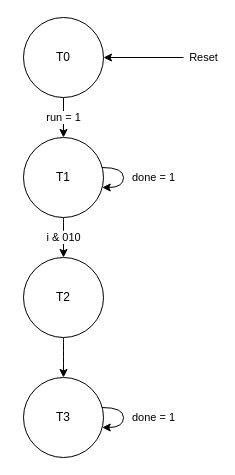
Earlier version of the draw.io diagram labs/lab9/L9P1/mealy_fsm.drawio (featherbear/UNSW-COMP3222). Source tidied: cells renumbered, new cells numbered last; positions are measured from the earlier drawing's top-left corner, leaving out a move shared by most shapes. Both pictures are drawn from the tidied source at 100%, with x=0, y=0 at pixel (23, 17).
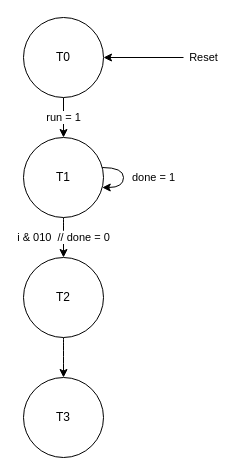
Above is the later version.

Diff of the diagram source:
```diff
@@
 <mxGraphModel>
   <root>
     <mxCell id="0" />
     <mxCell id="1" parent="0" />
     <mxCell id="2" value="run = 1" style="edgeStyle=orthogonalEdgeStyle;rounded=0;jettySize=auto;html=1;" parent="1" edge="1" source="3" target="5">
       <mxGeometry relative="1" as="geometry" />
     </mxCell>
     <mxCell id="3" value="T0" style="ellipse;whiteSpace=wrap;html=1;" parent="1" vertex="1">
       <mxGeometry width="80" height="80" as="geometry" />
     </mxCell>
-    <mxCell id="4" value="i &amp;amp; 010" style="edgeStyle=orthogonalEdgeStyle;curved=1;rounded=0;jettySize=auto;html=1;" parent="1" edge="1" source="5" target="7">
+    <mxCell id="4" value="i &amp;amp; 010&amp;nbsp; // done = 0" style="edgeStyle=orthogonalEdgeStyle;curved=1;rounded=0;jettySize=auto;html=1;" parent="1" edge="1" source="5" target="7">
       <mxGeometry relative="1" as="geometry" />
     </mxCell>
     <mxCell id="5" value="T1" style="ellipse;whiteSpace=wrap;html=1;" parent="1" vertex="1">
       <mxGeometry y="120" width="80" height="80" as="geometry" />
     </mxCell>
     <mxCell id="6" style="edgeStyle=orthogonalEdgeStyle;curved=1;rounded=0;jettySize=auto;html=1;" parent="1" edge="1" source="7" target="8">
       <mxGeometry relative="1" as="geometry" />
     </mxCell>
     <mxCell id="7" value="T2" style="ellipse;whiteSpace=wrap;html=1;" parent="1" vertex="1">
       <mxGeometry y="240" width="80" height="80" as="geometry" />
     </mxCell>
     <mxCell id="8" value="T3" style="ellipse;whiteSpace=wrap;html=1;" parent="1" vertex="1">
       <mxGeometry y="360" width="80" height="80" as="geometry" />
     </mxCell>
     <mxCell id="9" value="Reset" style="endArrow=classic;html=1;entryX=1;entryY=0.5;entryDx=0;entryDy=0;" parent="1" edge="1" target="3">
       <mxGeometry x="-1" y="-20" relative="1" as="geometry">
         <mxPoint x="160" y="40" as="sourcePoint" />
         <mxPoint x="20" y="20" as="offset" />
       </mxGeometry>
     </mxCell>
     <mxCell id="10" value="done = 1" style="edgeStyle=orthogonalEdgeStyle;rounded=0;orthogonalLoop=1;jettySize=auto;html=1;curved=1;" parent="1" edge="1" source="5" target="5">
       <mxGeometry x="0.32" y="-32" relative="1" as="geometry">
         <mxPoint x="30" y="22" as="offset" />
       </mxGeometry>
     </mxCell>
-    <mxCell id="11" value="done = 1" style="edgeStyle=orthogonalEdgeStyle;curved=1;rounded=0;orthogonalLoop=1;jettySize=auto;html=1;" parent="1" edge="1" source="8" target="8">
-      <mxGeometry x="0.32" y="-32" relative="1" as="geometry">
-        <mxPoint x="30" y="22" as="offset" />
-      </mxGeometry>
-    </mxCell>
   </root>
 </mxGraphModel>
```
